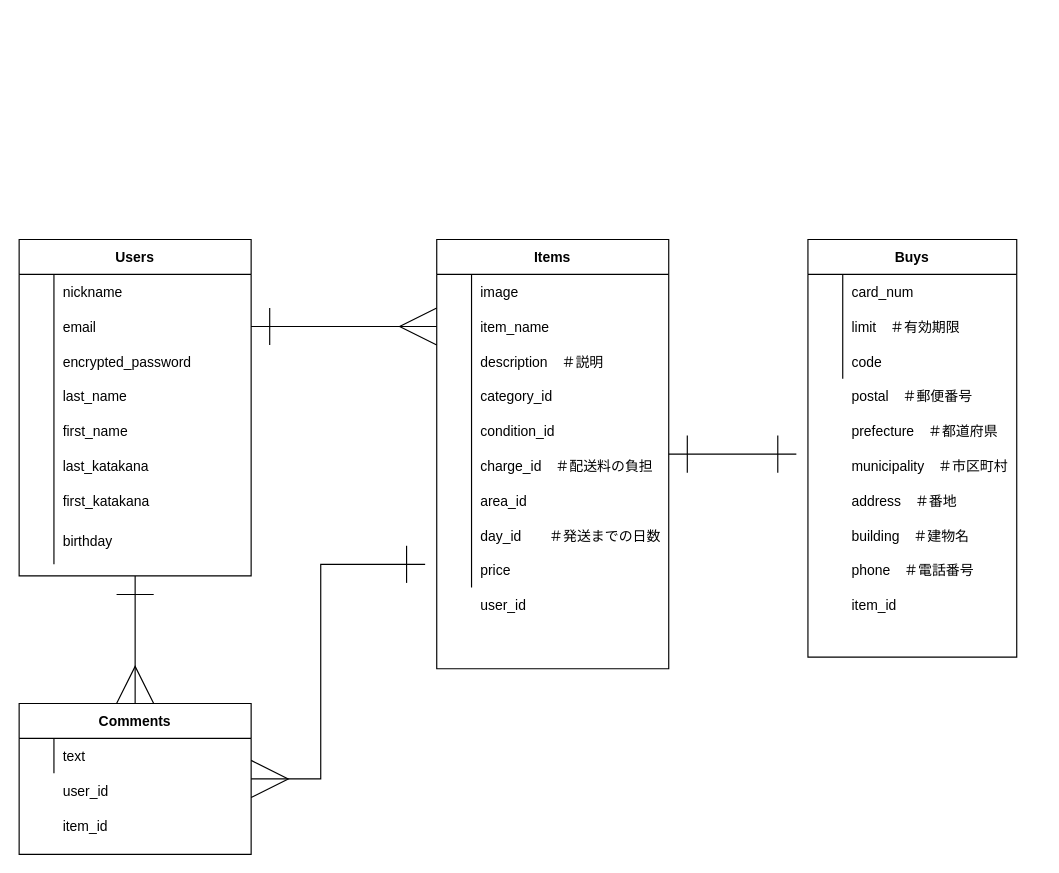
KUMA-06/furima-36109 keeps this draw.io diagram as furima.dio. Above is the earlier version. Source tidied: cells renumbered, new cells numbered last; positions are measured from the earlier drawing's top-left corner, leaving out a move shared by most shapes. Both pictures are drawn from the tidied source at 116%, with x=0, y=0 at pixel (19, 239).
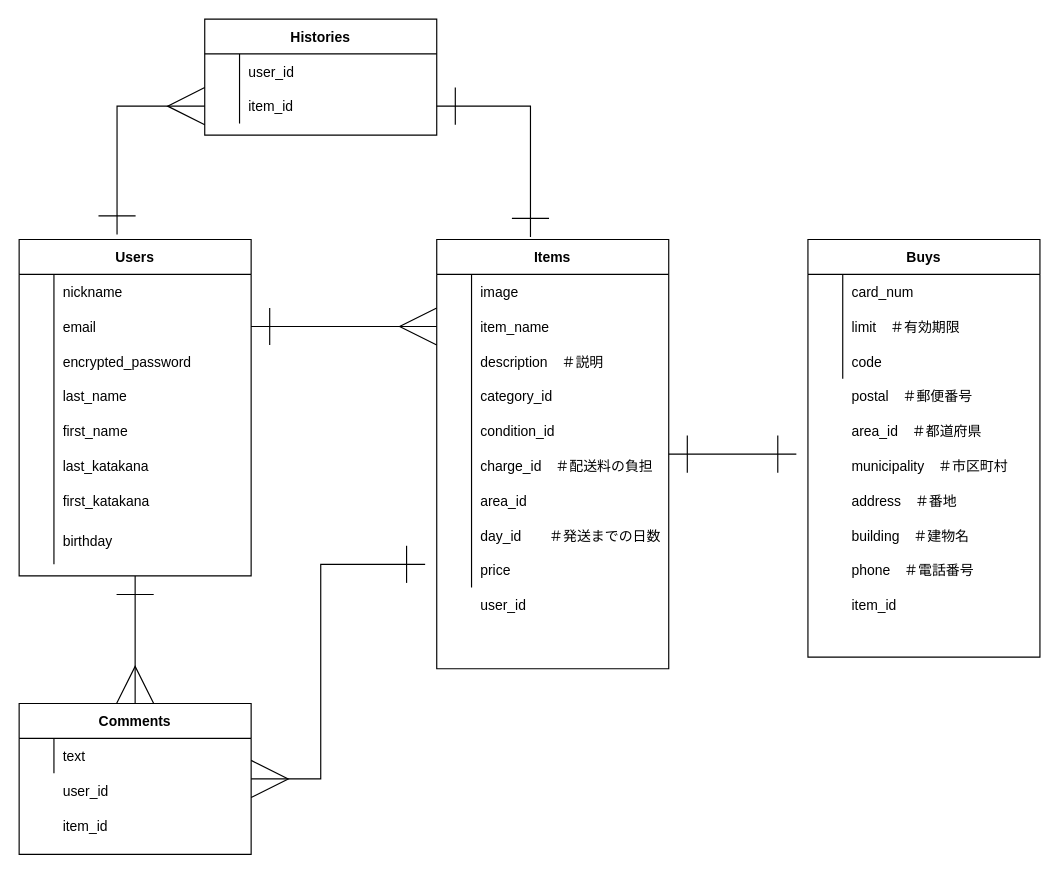
Above is the later version.

Commit message (it also covers changes not shown here):
データベース設計　更新２

Unchanged cells that the change refers to:
```xml
<mxCell id="3" value="Users" style="shape=table;startSize=30;childLayout=tableLayout;rowLines=0;fontStyle=1;align=center;" parent="1" vertex="1">
  <mxGeometry width="200" height="290" as="geometry" />
</mxCell>
<mxCell id="29" value="Items" style="shape=table;startSize=30;childLayout=tableLayout;rowLines=0;fontStyle=1;align=center;" parent="1" vertex="1">
  <mxGeometry x="360" width="200" height="370" as="geometry" />
</mxCell>
```

Change to the diagram source:
```diff
@@
     <mxCell id="66" value="Buys" style="shape=table;startSize=30;childLayout=tableLayout;rowLines=0;fontStyle=1;align=center;" parent="1" vertex="1">
-      <mxGeometry x="680" width="180" height="360" as="geometry" />
+      <mxGeometry x="680" width="200" height="360" as="geometry" />
     </mxCell>
     <mxCell id="67" style="shape=partialRectangle;fillColor=none;top=0;left=0;bottom=0;right=0;" parent="66" vertex="1">
-      <mxGeometry y="30" width="180" height="30" as="geometry" />
+      <mxGeometry y="30" width="200" height="30" as="geometry" />
     </mxCell>
@@
     <mxCell id="69" value="card_num" style="shape=partialRectangle;fillColor=none;top=0;left=0;bottom=0;right=0;align=left;spacingLeft=6;overflow=hidden;" parent="67" vertex="1">
-      <mxGeometry x="30" width="150" height="30" as="geometry" />
+      <mxGeometry x="30" width="170" height="30" as="geometry" />
     </mxCell>
     <mxCell id="70" style="shape=partialRectangle;fillColor=none;top=0;left=0;bottom=0;right=0;" parent="66" vertex="1">
-      <mxGeometry y="60" width="180" height="30" as="geometry" />
+      <mxGeometry y="60" width="200" height="30" as="geometry" />
     </mxCell>
@@
     <mxCell id="72" value="limit　＃有効期限" style="shape=partialRectangle;fillColor=none;top=0;left=0;bottom=0;right=0;align=left;spacingLeft=6;overflow=hidden;" parent="70" vertex="1">
-      <mxGeometry x="30" width="150" height="30" as="geometry" />
+      <mxGeometry x="30" width="170" height="30" as="geometry" />
     </mxCell>
     <mxCell id="73" style="shape=partialRectangle;fillColor=none;top=0;left=0;bottom=0;right=0;" parent="66" vertex="1">
-      <mxGeometry y="90" width="180" height="30" as="geometry" />
+      <mxGeometry y="90" width="200" height="30" as="geometry" />
     </mxCell>
@@
     <mxCell id="75" value="code" style="shape=partialRectangle;fillColor=none;top=0;left=0;bottom=0;right=0;align=left;spacingLeft=6;overflow=hidden;" parent="73" vertex="1">
-      <mxGeometry x="30" width="150" height="30" as="geometry" />
+      <mxGeometry x="30" width="170" height="30" as="geometry" />
     </mxCell>
@@
-    <mxCell id="77" value="prefecture　＃都道府県" style="shape=partialRectangle;fillColor=none;top=0;left=0;bottom=0;right=0;align=left;spacingLeft=6;overflow=hidden;" parent="1" vertex="1">
+    <mxCell id="77" value="area_id　＃都道府県" style="shape=partialRectangle;fillColor=none;top=0;left=0;bottom=0;right=0;align=left;spacingLeft=6;overflow=hidden;" parent="1" vertex="1">
       <mxGeometry x="710" y="150" width="150" height="30" as="geometry" />
     </mxCell>
@@
+    <mxCell id="83" value="Histories" style="shape=table;startSize=30;childLayout=tableLayout;rowLines=0;fontStyle=1;align=center;" parent="1" vertex="1">
+      <mxGeometry x="160" y="-190" width="200" height="100" as="geometry" />
+    </mxCell>
+    <mxCell id="84" style="shape=partialRectangle;fillColor=none;top=0;left=0;bottom=0;right=0;" parent="83" vertex="1">
+      <mxGeometry y="30" width="200" height="30" as="geometry" />
+    </mxCell>
+    <mxCell id="85" style="shape=partialRectangle;fillColor=none;top=0;left=0;bottom=0;right=0;overflow=hidden;" parent="84" vertex="1">
+      <mxGeometry width="30" height="30" as="geometry" />
+    </mxCell>
+    <mxCell id="86" value="user_id" style="shape=partialRectangle;fillColor=none;top=0;left=0;bottom=0;right=0;align=left;spacingLeft=6;overflow=hidden;" parent="84" vertex="1">
+      <mxGeometry x="30" width="170" height="30" as="geometry" />
+    </mxCell>
+    <mxCell id="87" style="shape=partialRectangle;fillColor=none;top=0;left=0;bottom=0;right=0;points=[[0,0.5],[1,0.5]];portConstraint=eastwest;" parent="83" vertex="1">
+      <mxGeometry y="60" width="200" height="30" as="geometry" />
+    </mxCell>
+    <mxCell id="88" style="shape=partialRectangle;fillColor=none;top=0;left=0;bottom=0;right=0;overflow=hidden;" parent="87" vertex="1">
+      <mxGeometry width="30" height="30" as="geometry" />
+    </mxCell>
+    <mxCell id="89" value="item_id" style="shape=partialRectangle;fillColor=none;top=0;left=0;bottom=0;right=0;align=left;spacingLeft=6;overflow=hidden;" parent="87" vertex="1">
+      <mxGeometry x="30" width="170" height="30" as="geometry" />
+    </mxCell>
+    <mxCell id="90" style="edgeStyle=orthogonalEdgeStyle;rounded=0;jettySize=auto;html=1;entryX=0.422;entryY=-0.015;entryDx=0;entryDy=0;entryPerimeter=0;startArrow=ERmany;startFill=0;endArrow=ERone;endFill=0;startSize=30;endSize=30;" parent="1" edge="1" source="87" target="3">
+      <mxGeometry relative="1" as="geometry" />
+    </mxCell>
+    <mxCell id="91" style="edgeStyle=orthogonalEdgeStyle;rounded=0;jettySize=auto;html=1;exitX=1;exitY=0.5;exitDx=0;exitDy=0;entryX=0.404;entryY=-0.006;entryDx=0;entryDy=0;entryPerimeter=0;startArrow=ERone;startFill=0;endArrow=ERone;endFill=0;startSize=30;endSize=30;" parent="1" edge="1" source="87" target="29">
+      <mxGeometry relative="1" as="geometry" />
+    </mxCell>
```
